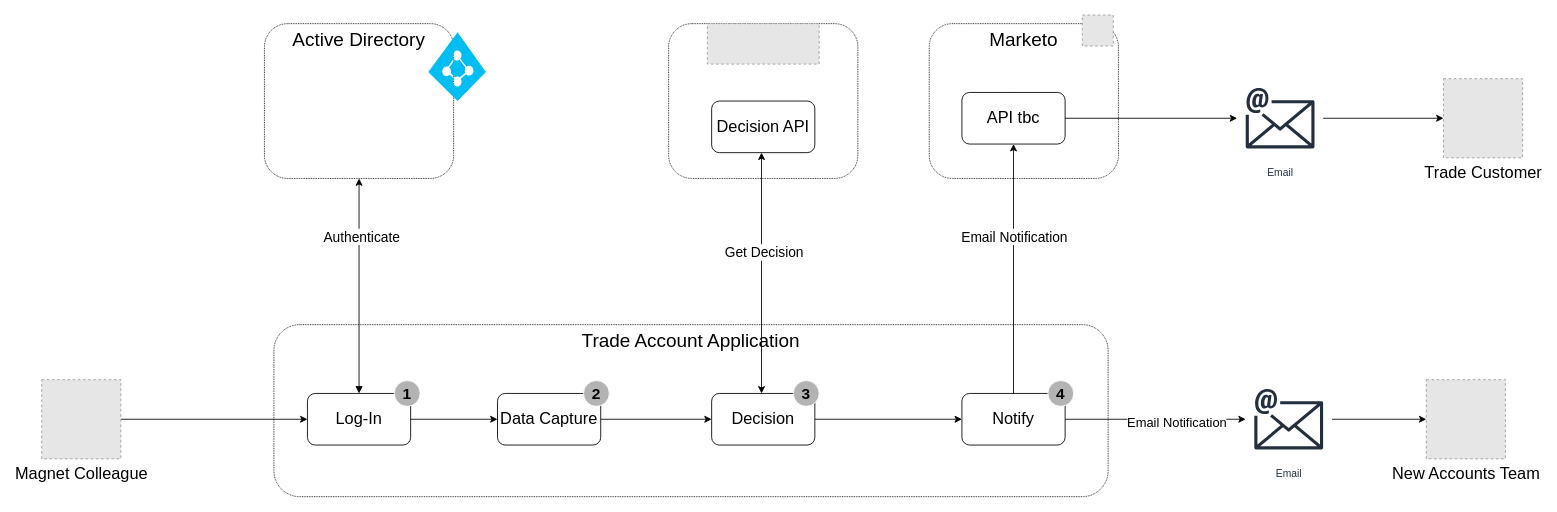
Above: page "Overview- 1" (1 of 4) of Account Application.drawio in mrf742002/Diagrams (draw.io), before the change. Source tidied: cells renumbered, new cells numbered last; positions are measured from the earlier drawing's top-left corner, leaving out a move shared by most shapes. Both pictures are drawn from the tidied source at 86%, with x=0, y=0 at pixel (41, 15). Pictures stored in the file or linked from it are replaced by grey dashed boxes.
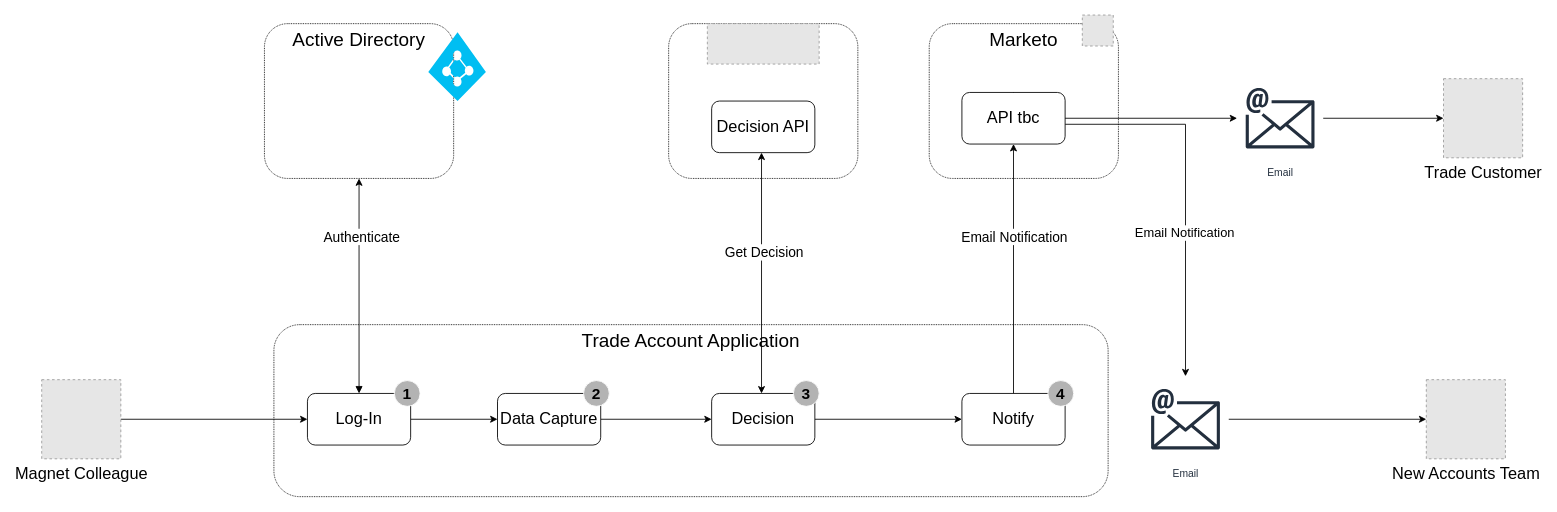
The same page after the edit.

Unchanged cells that the change refers to:
```xml
<mxCell id="26" value="Notify" style="rounded=1;whiteSpace=wrap;html=1;fontSize=19;" parent="1" vertex="1">
  <mxGeometry x="1070" y="440" width="120" height="60" as="geometry" />
</mxCell>
<mxCell id="30" value="API tbc" style="rounded=1;whiteSpace=wrap;html=1;fontSize=19;" parent="1" vertex="1">
  <mxGeometry x="1070" y="90" width="120" height="60" as="geometry" />
</mxCell>
```

The edit, as a diff of the source:
```diff
@@
-    <mxCell id="17" style="edgeStyle=orthogonalEdgeStyle;rounded=0;jettySize=auto;html=1;startArrow=none;startFill=0;" parent="1" edge="1" source="26" target="32">
+    <mxCell id="17" style="edgeStyle=orthogonalEdgeStyle;rounded=0;jettySize=auto;html=1;startArrow=none;startFill=0;exitX=1;exitY=0.617;exitDx=0;exitDy=0;exitPerimeter=0;" parent="1" edge="1" source="30" target="32">
       <mxGeometry relative="1" as="geometry" />
     </mxCell>
@@
     <mxCell id="32" value="Email" style="outlineConnect=0;fontColor=#232F3E;gradientColor=none;strokeColor=#232F3E;fillColor=#ffffff;dashed=0;verticalLabelPosition=bottom;verticalAlign=top;align=center;html=1;fontSize=12;fontStyle=0;shape=mxgraph.aws4.resourceIcon;resIcon=mxgraph.aws4.email;" parent="1" vertex="1">
-      <mxGeometry x="1400" y="420" width="100" height="100" as="geometry" />
+      <mxGeometry x="1280" y="420" width="100" height="100" as="geometry" />
     </mxCell>
```
